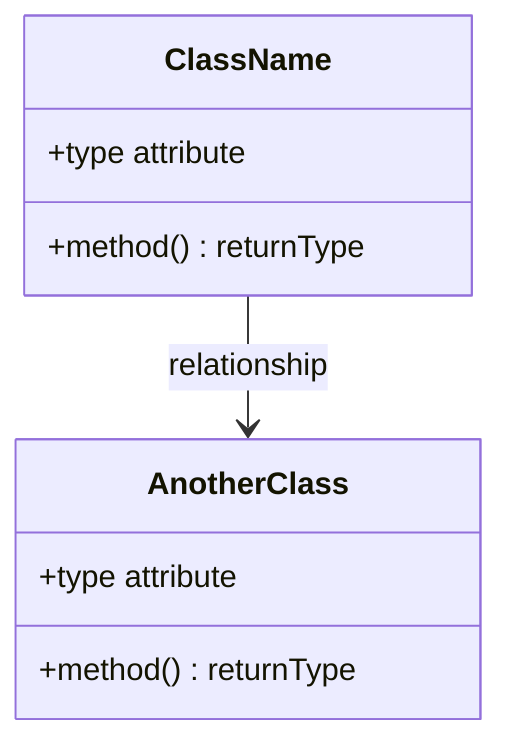
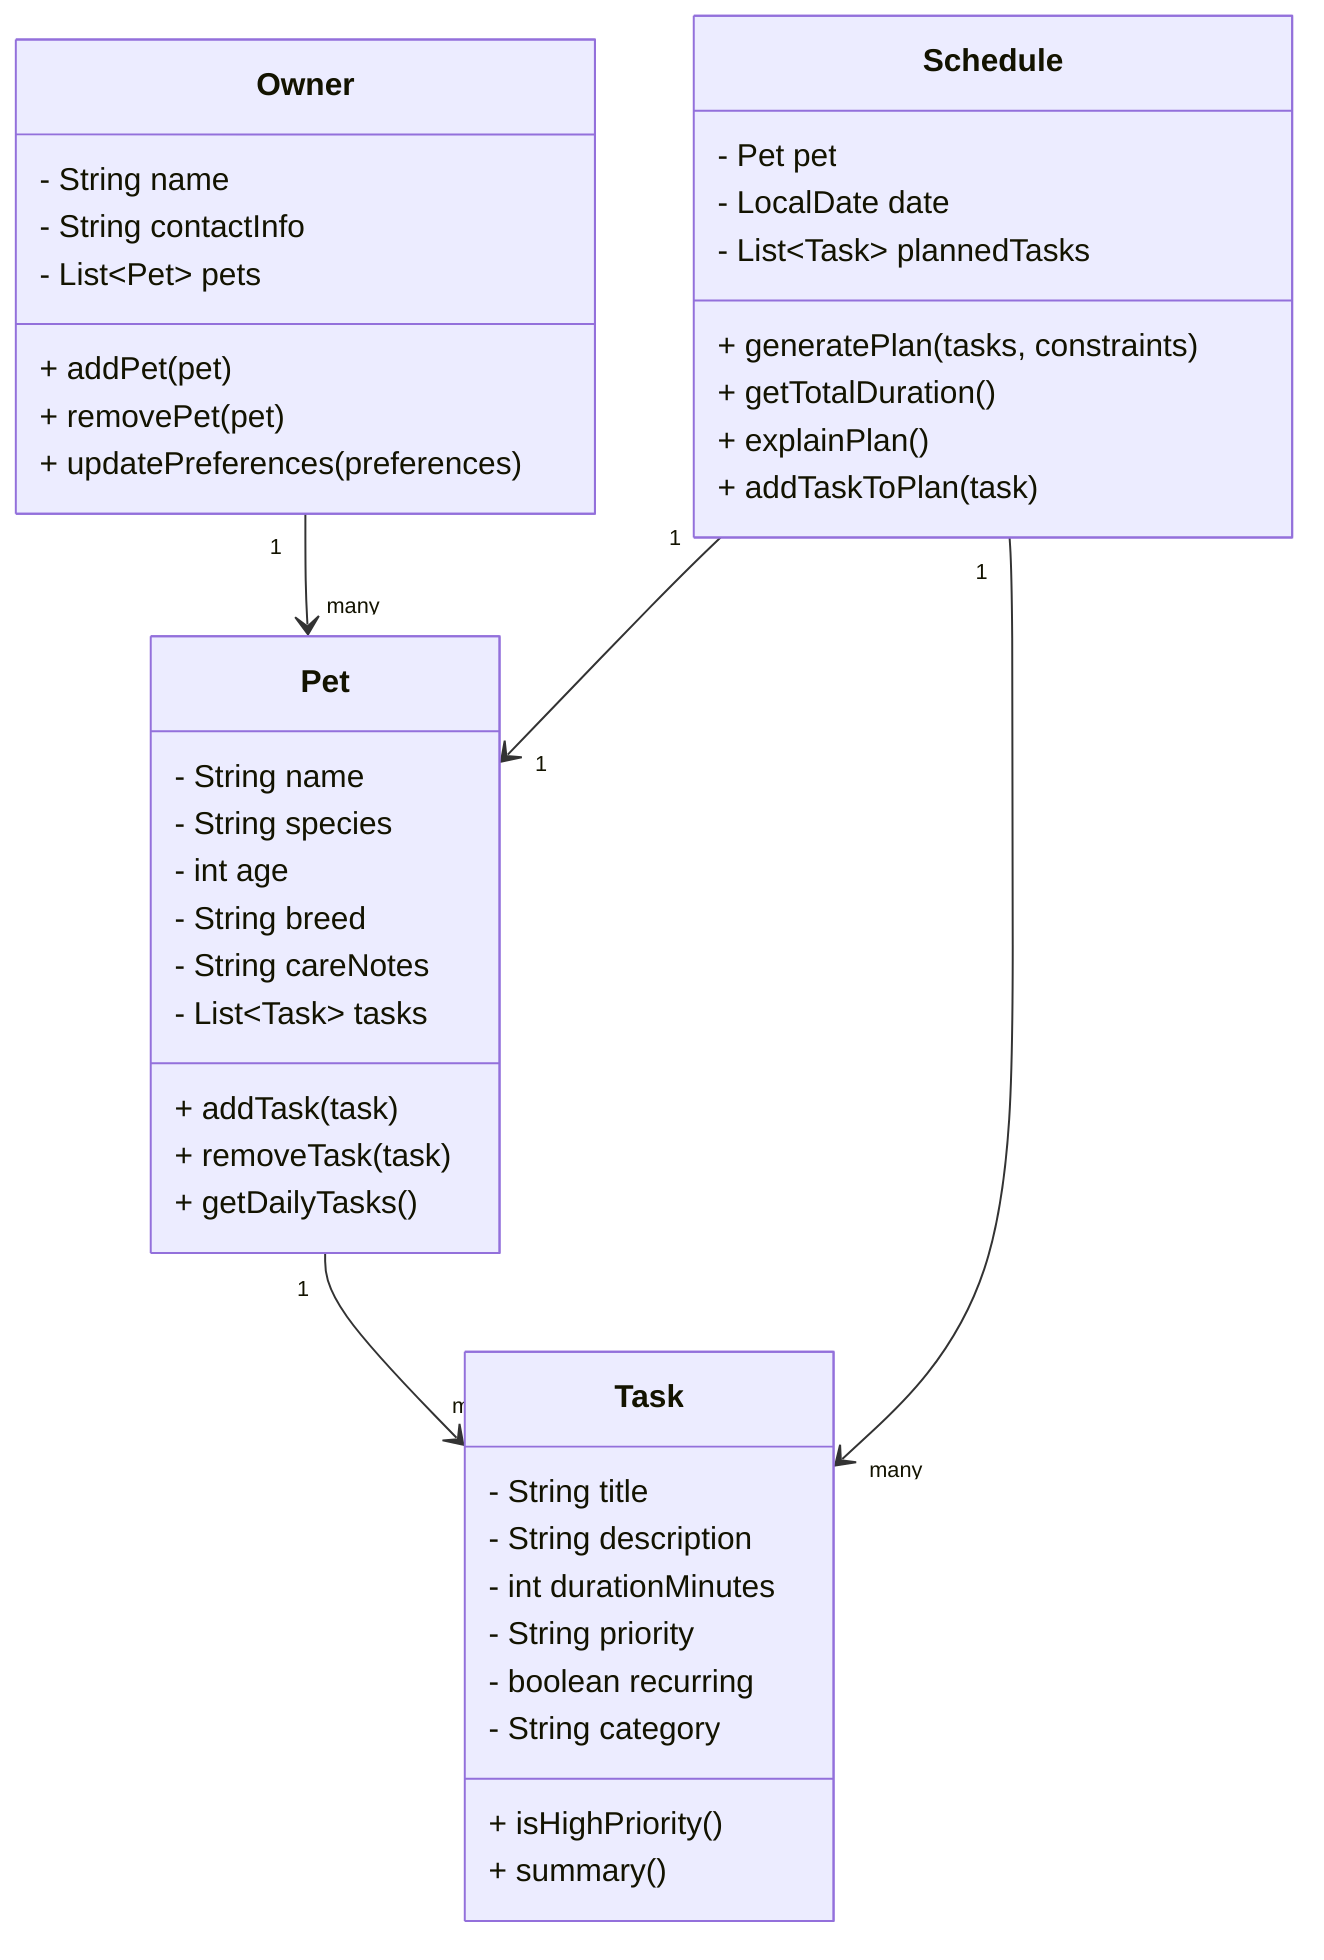
classDiagram
    %% Replace the placeholders below with your actual classes, attributes, methods, and relationships.
    %% Keep this file updated so it matches your final implementation.

-     class ClassName {
-         +type attribute
-         +method() returnType
+     class Owner {
+         - String name
+         - String contactInfo
+         - List~Pet~ pets
+         + addPet(pet)
+         + removePet(pet)
+         + updatePreferences(preferences)
    }

-     class AnotherClass {
-         +type attribute
-         +method() returnType
+     class Schedule {
+         - Pet pet
+         - LocalDate date
+         - List~Task~ plannedTasks
+         + generatePlan(tasks, constraints)
+         + getTotalDuration()
+         + explainPlan()
+         + addTaskToPlan(task)
    }

-     ClassName --> AnotherClass : relationship
+     class Pet {
+         - String name
+         - String species
+         - int age
+         - String breed
+         - String careNotes
+         - List~Task~ tasks
+         + addTask(task)
+         + removeTask(task)
+         + getDailyTasks()
+     }
+ 
+     class Task {
+         - String title
+         - String description
+         - int durationMinutes
+         - String priority
+         - boolean recurring
+         - String category
+         + isHighPriority()
+         + summary()
+     }
+ 
+     Owner "1" --> "many" Pet
+     Schedule "1" --> "1" Pet
+     Schedule "1" --> "many" Task
+     Pet "1" --> "many" Task